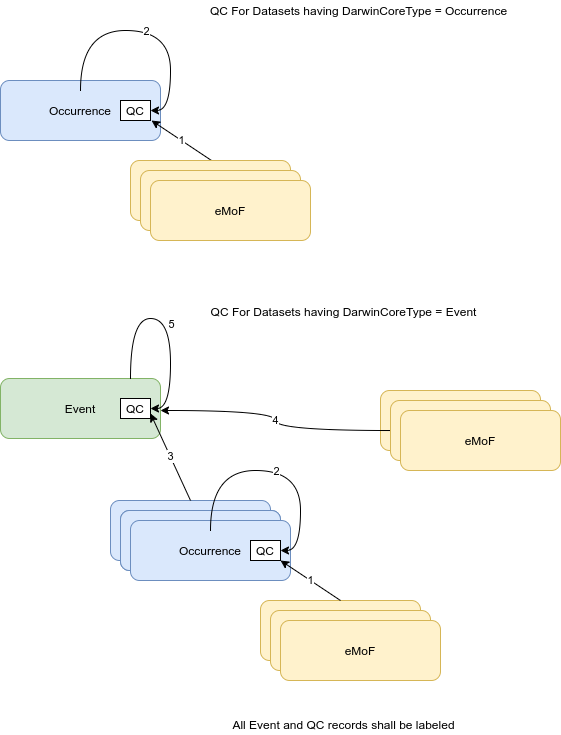
This is resources/EurobisQC.png from anfe67/EUROBIS-QC, a draw.io export, as it was before one commit. Source tidied: cells renumbered, new cells last; positions are measured from the earlier drawing's top-left corner, leaving out a move shared by most shapes.
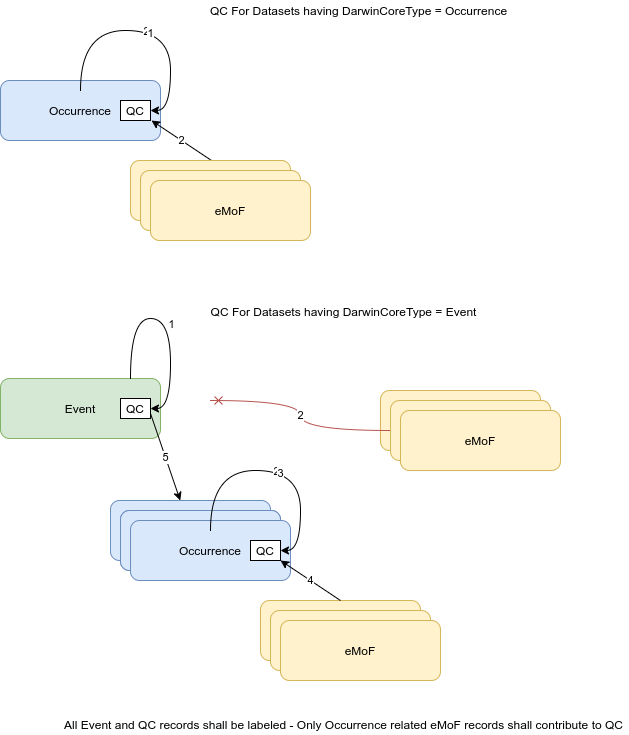
The same diagram one commit later.

What changed in the source:
```diff
@@ -8,7 +8,7 @@
     <mxCell id="3" value="Occurrence" style="rounded=1;whiteSpace=wrap;html=1;fillColor=#dae8fc;strokeColor=#6c8ebf;" parent="1" vertex="1">
       <mxGeometry y="80" width="160" height="60" as="geometry" />
     </mxCell>
-    <mxCell id="4" value="1" style="edgeStyle=none;rounded=0;orthogonalLoop=1;jettySize=auto;html=1;exitX=0.5;exitY=0;exitDx=0;exitDy=0;" parent="1" edge="1">
+    <mxCell id="4" value="2" style="edgeStyle=none;rounded=0;orthogonalLoop=1;jettySize=auto;html=1;exitX=0.5;exitY=0;exitDx=0;exitDy=0;" parent="1" edge="1">
       <mxGeometry relative="1" as="geometry">
         <mxPoint x="211" y="160" as="sourcePoint" />
         <mxPoint x="151" y="120" as="targetPoint" />
@@ -33,6 +33,9 @@
     <mxCell id="8" value="2" style="edgeLabel;html=1;align=center;verticalAlign=middle;" parent="7" vertex="1">
       <mxGeometry relative="1" as="geometry" />
     </mxCell>
+    <mxCell id="33" value="1" style="edgeLabel;html=1;align=center;verticalAlign=middle;" parent="7" vertex="1">
+      <mxGeometry x="0.04" y="-2" relative="1" as="geometry" />
+    </mxCell>
     <mxCell id="9" value="eMoF" style="rounded=1;whiteSpace=wrap;html=1;fillColor=#fff2cc;strokeColor=#d6b656;" parent="1" vertex="1">
       <mxGeometry x="140" y="170" width="160" height="60" as="geometry" />
     </mxCell>
@@ -82,10 +85,13 @@
     <mxCell id="22" value="2" style="edgeLabel;html=1;align=center;verticalAlign=middle;" parent="21" vertex="1">
       <mxGeometry relative="1" as="geometry" />
     </mxCell>
+    <mxCell id="34" value="3" style="edgeLabel;html=1;align=center;verticalAlign=middle;" parent="21" vertex="1">
+      <mxGeometry x="0.04" y="-2" relative="1" as="geometry" />
+    </mxCell>
     <mxCell id="23" value="QC" style="rounded=0;whiteSpace=wrap;html=1;" parent="1" vertex="1">
       <mxGeometry x="250" y="540" width="30" height="20" as="geometry" />
     </mxCell>
-    <mxCell id="24" value="1" style="edgeStyle=none;rounded=0;jettySize=auto;html=1;exitX=0.5;exitY=0;exitDx=0;exitDy=0;" parent="1" edge="1" source="12" target="23">
+    <mxCell id="24" value="4" style="edgeStyle=none;rounded=0;jettySize=auto;html=1;exitX=0.5;exitY=0;exitDx=0;exitDy=0;" parent="1" edge="1" source="12" target="23">
       <mxGeometry relative="1" as="geometry" />
     </mxCell>
     <mxCell id="25" style="edgeStyle=orthogonalEdgeStyle;curved=1;rounded=0;orthogonalLoop=1;jettySize=auto;html=1;" parent="1" edge="1">
@@ -98,21 +104,25 @@
         </Array>
       </mxGeometry>
     </mxCell>
-    <mxCell id="26" value="5" style="edgeLabel;html=1;align=center;verticalAlign=middle;" parent="25" vertex="1">
+    <mxCell id="26" value="1" style="edgeLabel;html=1;align=center;verticalAlign=middle;" parent="25" vertex="1">
       <mxGeometry relative="1" as="geometry" />
     </mxCell>
-    <mxCell id="27" value="3" style="edgeStyle=none;rounded=0;jettySize=auto;html=1;exitX=0.5;exitY=0;exitDx=0;exitDy=0;entryX=1;entryY=0.75;entryDx=0;entryDy=0;" parent="1" edge="1" source="2" target="17">
+    <mxCell id="27" value="5" style="edgeStyle=none;rounded=0;jettySize=auto;html=1;exitX=1;exitY=0.75;exitDx=0;exitDy=0;" parent="1" edge="1" source="17" target="2">
       <mxGeometry relative="1" as="geometry" />
     </mxCell>
-    <mxCell id="28" value="All Event and QC records shall be labeled" style="text;html=1;align=center;verticalAlign=middle;fillColor=none;strokeColor=none;rounded=0;" parent="1" vertex="1">
-      <mxGeometry x="223" y="714" width="240" height="20" as="geometry" />
+    <mxCell id="28" value="All Event and QC records shall be labeled - Only Occurrence related eMoF records shall contribute to QC" style="text;html=1;align=center;verticalAlign=middle;fillColor=none;strokeColor=none;rounded=0;" parent="1" vertex="1">
+      <mxGeometry x="58" y="714" width="570" height="20" as="geometry" />
     </mxCell>
     <mxCell id="29" value="eMoF" style="rounded=1;whiteSpace=wrap;html=1;fillColor=#fff2cc;strokeColor=#d6b656;" parent="1" vertex="1">
       <mxGeometry x="380" y="390" width="160" height="60" as="geometry" />
     </mxCell>
-    <mxCell id="30" value="4" style="edgeStyle=orthogonalEdgeStyle;curved=1;rounded=0;jettySize=auto;html=1;" parent="1" edge="1" source="31">
+    <mxCell id="30" value="2" style="edgeStyle=orthogonalEdgeStyle;curved=1;rounded=0;jettySize=auto;html=1;fillColor=#f8cecc;strokeColor=#b85450;endArrow=cross;endFill=0;" parent="1" edge="1" source="31">
       <mxGeometry relative="1" as="geometry">
-        <mxPoint x="160" y="410" as="targetPoint" />
+        <mxPoint x="210" y="400" as="targetPoint" />
+        <Array as="points">
+          <mxPoint x="300" y="430" />
+          <mxPoint x="300" y="400" />
+        </Array>
       </mxGeometry>
     </mxCell>
     <mxCell id="31" value="eMoF" style="rounded=1;whiteSpace=wrap;html=1;fillColor=#fff2cc;strokeColor=#d6b656;" parent="1" vertex="1">
```
